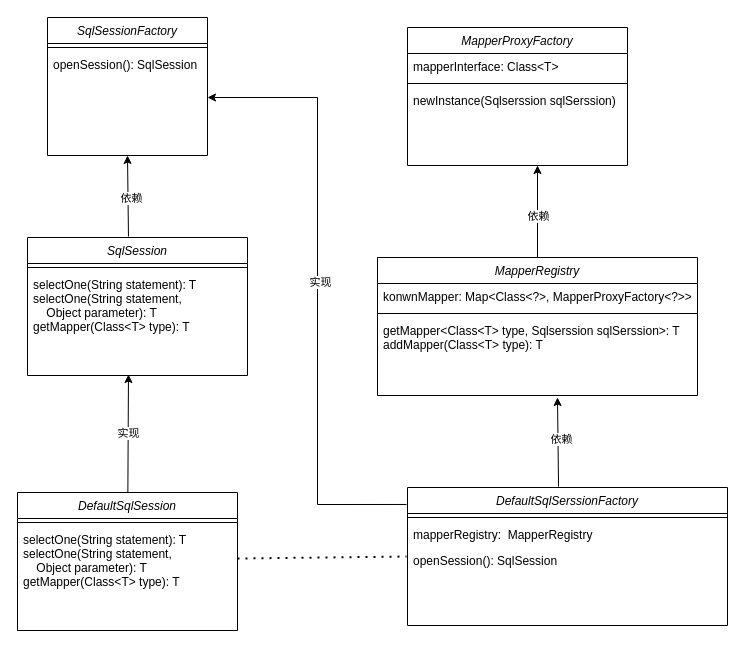
Earlier version of the draw.io diagram 未命名绘图.drawio (weixiaojian/draw-io-lib). Source tidied: cells renumbered, new cells numbered last; positions are measured from the earlier drawing's top-left corner, leaving out a move shared by most shapes. Both pictures are drawn from the tidied source at 100%, with x=0, y=0 at pixel (17, 17).
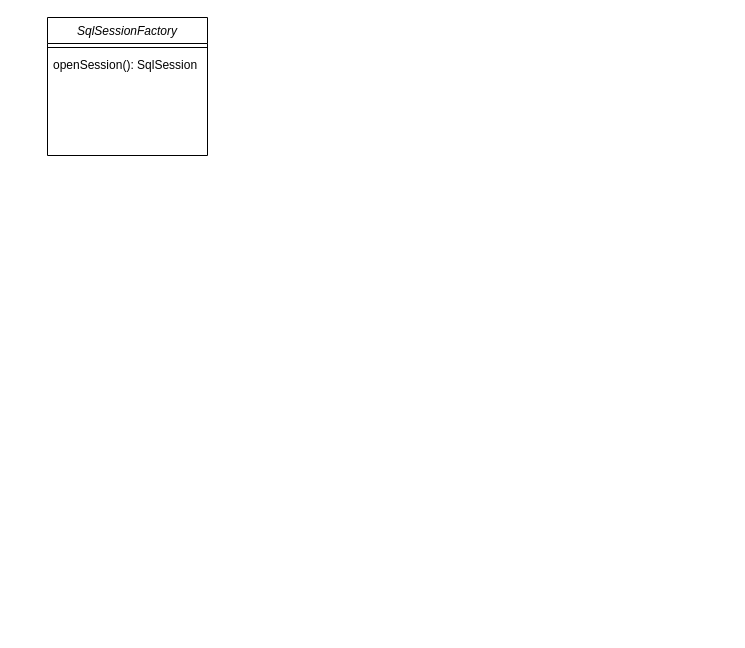
The same page after the edit.

Commit message (it also covers changes not shown here):
更新未命名绘图.drawio

The change refers to these unchanged cells:
```xml
<mxCell id="2" value="SqlSessionFactory" style="swimlane;fontStyle=2;align=center;verticalAlign=top;horizontal=1;startSize=26;rounded=0;shadow=0;strokeWidth=1;" parent="1" vertex="1">
  <mxGeometry x="30" width="160" height="138" as="geometry" />
</mxCell>
```

What changed in the source:
```diff
@@
-    <mxCell id="5" value="SqlSession" style="swimlane;fontStyle=2;align=center;verticalAlign=top;horizontal=1;startSize=26;rounded=0;shadow=0;strokeWidth=1;" parent="1" vertex="1">
-      <mxGeometry x="10" y="220" width="220" height="138" as="geometry" />
-    </mxCell>
-    <mxCell id="6" style="line;html=1;strokeWidth=1;align=left;verticalAlign=middle;spacingTop=-1;spacingLeft=3;spacingRight=3;labelPosition=right;" parent="5" vertex="1">
-      <mxGeometry y="26" width="220" height="8" as="geometry" />
-    </mxCell>
-    <mxCell id="7" value="selectOne(String statement): T&#10;selectOne(String statement, &#10;    Object parameter): T&#10;getMapper(Class&lt;T&gt; type): T" style="text;align=left;verticalAlign=top;spacingLeft=4;spacingRight=4;overflow=hidden;points=[[0,0.5],[1,0.5]];portConstraint=eastwest;" parent="5" vertex="1">
-      <mxGeometry y="34" width="220" height="96" as="geometry" />
-    </mxCell>
-    <mxCell id="8" value="DefaultSqlSession" style="swimlane;fontStyle=2;align=center;verticalAlign=top;horizontal=1;startSize=26;rounded=0;shadow=0;strokeWidth=1;" parent="1" vertex="1">
-      <mxGeometry y="475" width="220" height="138" as="geometry" />
-    </mxCell>
-    <mxCell id="9" style="line;html=1;strokeWidth=1;align=left;verticalAlign=middle;spacingTop=-1;spacingLeft=3;spacingRight=3;labelPosition=right;" parent="8" vertex="1">
-      <mxGeometry y="26" width="220" height="8" as="geometry" />
-    </mxCell>
-    <mxCell id="10" value="selectOne(String statement): T&#10;selectOne(String statement, &#10;    Object parameter): T&#10;getMapper(Class&lt;T&gt; type): T" style="text;align=left;verticalAlign=top;spacingLeft=4;spacingRight=4;overflow=hidden;" parent="8" vertex="1">
-      <mxGeometry y="34" width="220" height="96" as="geometry" />
-    </mxCell>
-    <mxCell id="11" style="endArrow=classic;html=1;rounded=0;entryX=0.459;entryY=1.073;entryDx=0;entryDy=0;entryPerimeter=0;" parent="1" edge="1" source="8" target="7">
-      <mxGeometry relative="1" as="geometry" />
-    </mxCell>
-    <mxCell id="12" value="实现" style="edgeLabel;html=1;align=center;verticalAlign=middle;" parent="11" vertex="1">
-      <mxGeometry x="0.02" relative="1" as="geometry" />
-    </mxCell>
-    <mxCell id="13" style="endArrow=classic;html=1;rounded=0;exitX=0.459;exitY=-0.007;exitDx=0;exitDy=0;exitPerimeter=0;entryX=0.5;entryY=1;entryDx=0;entryDy=0;" parent="1" edge="1" source="5" target="2">
-      <mxGeometry relative="1" as="geometry" />
-    </mxCell>
-    <mxCell id="14" value="依赖" style="edgeLabel;html=1;align=center;verticalAlign=middle;" parent="13" vertex="1">
-      <mxGeometry x="-0.04" y="-3" relative="1" as="geometry" />
-    </mxCell>
-    <mxCell id="15" value="MapperProxyFactory" style="swimlane;fontStyle=2;align=center;verticalAlign=top;horizontal=1;startSize=26;rounded=0;shadow=0;strokeWidth=1;" parent="1" vertex="1">
-      <mxGeometry x="390" y="10" width="220" height="138" as="geometry" />
-    </mxCell>
-    <mxCell id="16" value="mapperInterface: Class&lt;T&gt;" style="text;align=left;verticalAlign=top;spacingLeft=4;spacingRight=4;overflow=hidden;" parent="15" vertex="1">
-      <mxGeometry y="26" width="220" height="26" as="geometry" />
-    </mxCell>
-    <mxCell id="17" style="line;html=1;strokeWidth=1;align=left;verticalAlign=middle;spacingTop=-1;spacingLeft=3;spacingRight=3;labelPosition=right;" parent="15" vertex="1">
-      <mxGeometry y="52" width="220" height="8" as="geometry" />
-    </mxCell>
-    <mxCell id="18" value="newInstance(Sqlserssion sqlSerssion)" style="text;align=left;verticalAlign=top;spacingLeft=4;spacingRight=4;overflow=hidden;" parent="15" vertex="1">
-      <mxGeometry y="60" width="220" height="26" as="geometry" />
-    </mxCell>
-    <mxCell id="19" value="MapperRegistry" style="swimlane;fontStyle=2;align=center;verticalAlign=top;horizontal=1;startSize=26;rounded=0;shadow=0;strokeWidth=1;" parent="1" vertex="1">
-      <mxGeometry x="360" y="240" width="320" height="138" as="geometry" />
-    </mxCell>
-    <mxCell id="20" value="konwnMapper: Map&lt;Class&lt;?&gt;, MapperProxyFactory&lt;?&gt;&gt;" style="text;align=left;verticalAlign=top;spacingLeft=4;spacingRight=4;overflow=hidden;" parent="19" vertex="1">
-      <mxGeometry y="26" width="320" height="26" as="geometry" />
-    </mxCell>
-    <mxCell id="21" style="line;html=1;strokeWidth=1;align=left;verticalAlign=middle;spacingTop=-1;spacingLeft=3;spacingRight=3;labelPosition=right;" parent="19" vertex="1">
-      <mxGeometry y="52" width="320" height="8" as="geometry" />
-    </mxCell>
-    <mxCell id="22" value="getMapper&lt;Class&lt;T&gt; type, Sqlserssion sqlSerssion&gt;: T&#10;addMapper(Class&lt;T&gt; type): T" style="text;align=left;verticalAlign=top;spacingLeft=4;spacingRight=4;overflow=hidden;" parent="19" vertex="1">
-      <mxGeometry y="60" width="320" height="70" as="geometry" />
-    </mxCell>
-    <mxCell id="23" value="DefaultSqlSerssionFactory" style="swimlane;fontStyle=2;align=center;verticalAlign=top;horizontal=1;startSize=26;rounded=0;shadow=0;strokeWidth=1;" parent="1" vertex="1">
-      <mxGeometry x="390" y="470" width="320" height="138" as="geometry" />
-    </mxCell>
-    <mxCell id="24" style="line;html=1;strokeWidth=1;align=left;verticalAlign=middle;spacingTop=-1;spacingLeft=3;spacingRight=3;labelPosition=right;" parent="23" vertex="1">
-      <mxGeometry y="26" width="320" height="8" as="geometry" />
-    </mxCell>
-    <mxCell id="25" value="mapperRegistry:  MapperRegistry" style="text;align=left;verticalAlign=top;spacingLeft=4;spacingRight=4;overflow=hidden;" parent="23" vertex="1">
-      <mxGeometry y="34" width="320" height="26" as="geometry" />
-    </mxCell>
-    <mxCell id="26" value="openSession(): SqlSession" style="text;align=left;verticalAlign=top;spacingLeft=4;spacingRight=4;overflow=hidden;points=[[0,0.5],[1,0.5]];portConstraint=eastwest;" parent="23" vertex="1">
-      <mxGeometry y="60" width="320" height="70" as="geometry" />
-    </mxCell>
-    <mxCell id="27" style="endArrow=none;dashed=1;html=1;dashPattern=1 3;strokeWidth=2;rounded=0;entryX=-0.003;entryY=0.129;entryDx=0;entryDy=0;entryPerimeter=0;exitX=1.023;exitY=0.219;exitDx=0;exitDy=0;exitPerimeter=0;" parent="1" edge="1" target="26">
-      <mxGeometry relative="1" as="geometry">
-        <mxPoint x="220" y="541" as="sourcePoint" />
-      </mxGeometry>
-    </mxCell>
-    <mxCell id="28" style="endArrow=classic;html=1;rounded=0;exitX=0.472;exitY=-0.007;exitDx=0;exitDy=0;exitPerimeter=0;" parent="1" edge="1" source="23">
-      <mxGeometry relative="1" as="geometry">
-        <mxPoint x="540" y="380" as="targetPoint" />
-      </mxGeometry>
-    </mxCell>
-    <mxCell id="29" value="依赖" style="edgeLabel;html=1;align=center;verticalAlign=middle;" parent="28" vertex="1">
-      <mxGeometry x="0.08" y="-3" relative="1" as="geometry" />
-    </mxCell>
-    <mxCell id="30" style="endArrow=classic;html=1;rounded=0;" parent="1" edge="1" source="19">
-      <mxGeometry relative="1" as="geometry">
-        <mxPoint x="520" y="148" as="targetPoint" />
-      </mxGeometry>
-    </mxCell>
-    <mxCell id="31" value="依赖" style="edgeLabel;html=1;align=center;verticalAlign=middle;" parent="30" vertex="1">
-      <mxGeometry x="-0.09" relative="1" as="geometry" />
-    </mxCell>
-    <mxCell id="32" style="endArrow=classic;html=1;rounded=0;exitX=-0.003;exitY=0.123;exitDx=0;exitDy=0;exitPerimeter=0;" parent="1" edge="1" source="23">
-      <mxGeometry relative="1" as="geometry">
-        <mxPoint x="190" y="80" as="targetPoint" />
-        <Array as="points">
-          <mxPoint x="300" y="487" />
-          <mxPoint x="300" y="80" />
-        </Array>
-      </mxGeometry>
-    </mxCell>
-    <mxCell id="33" value="实现" style="edgeLabel;html=1;align=center;verticalAlign=middle;" parent="32" vertex="1">
-      <mxGeometry x="0.03" y="-2" relative="1" as="geometry" />
-    </mxCell>
```
